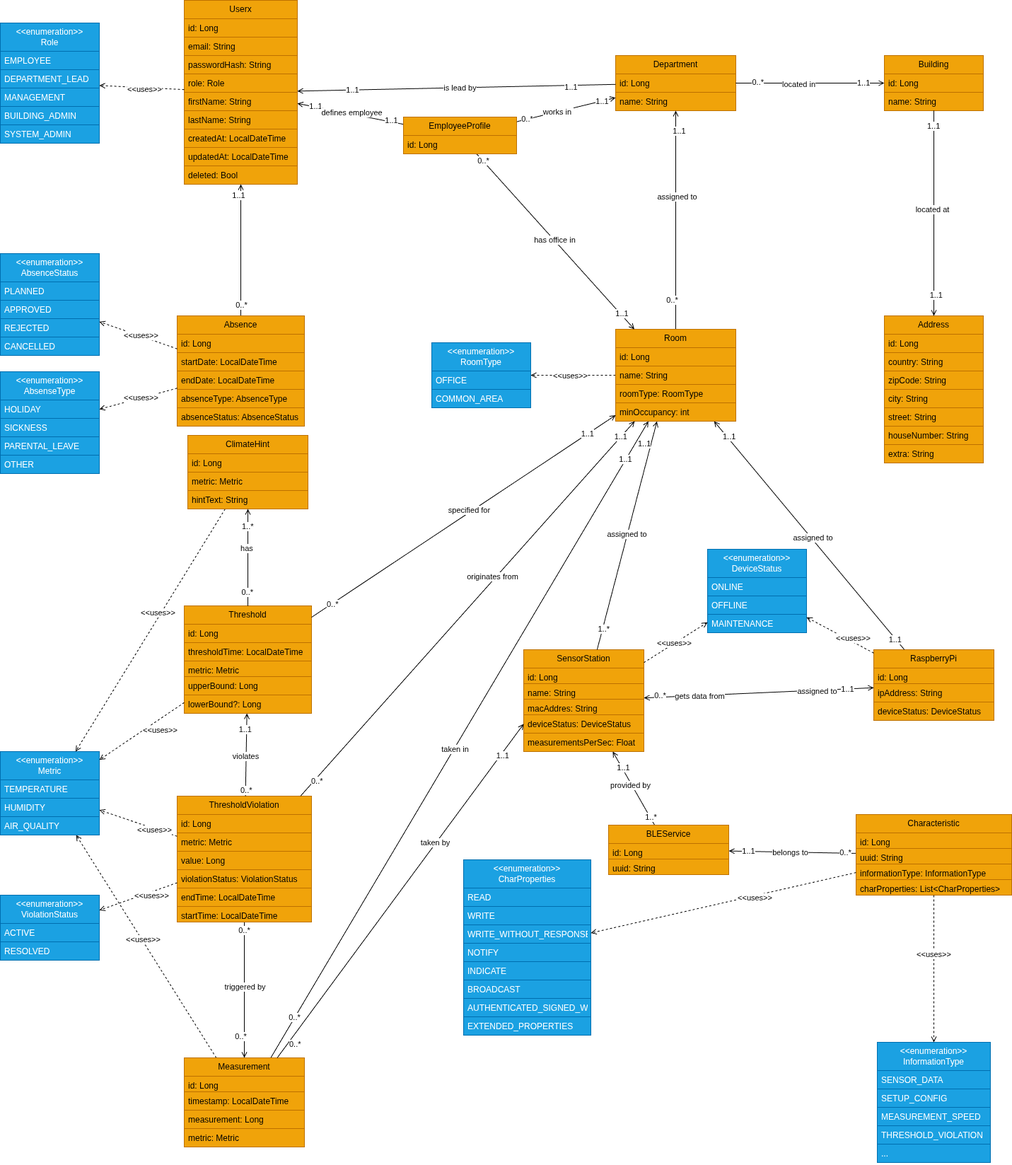
Before: docs/Softwarekonzept_V2/images/climate-canary-webapp-backend.png, a diagram exported from draw.io (adriano-paganini/ClimateCanary). Source tidied: cells renumbered, new cells last; positions are measured from the earlier drawing's top-left corner, leaving out a move shared by most shapes.
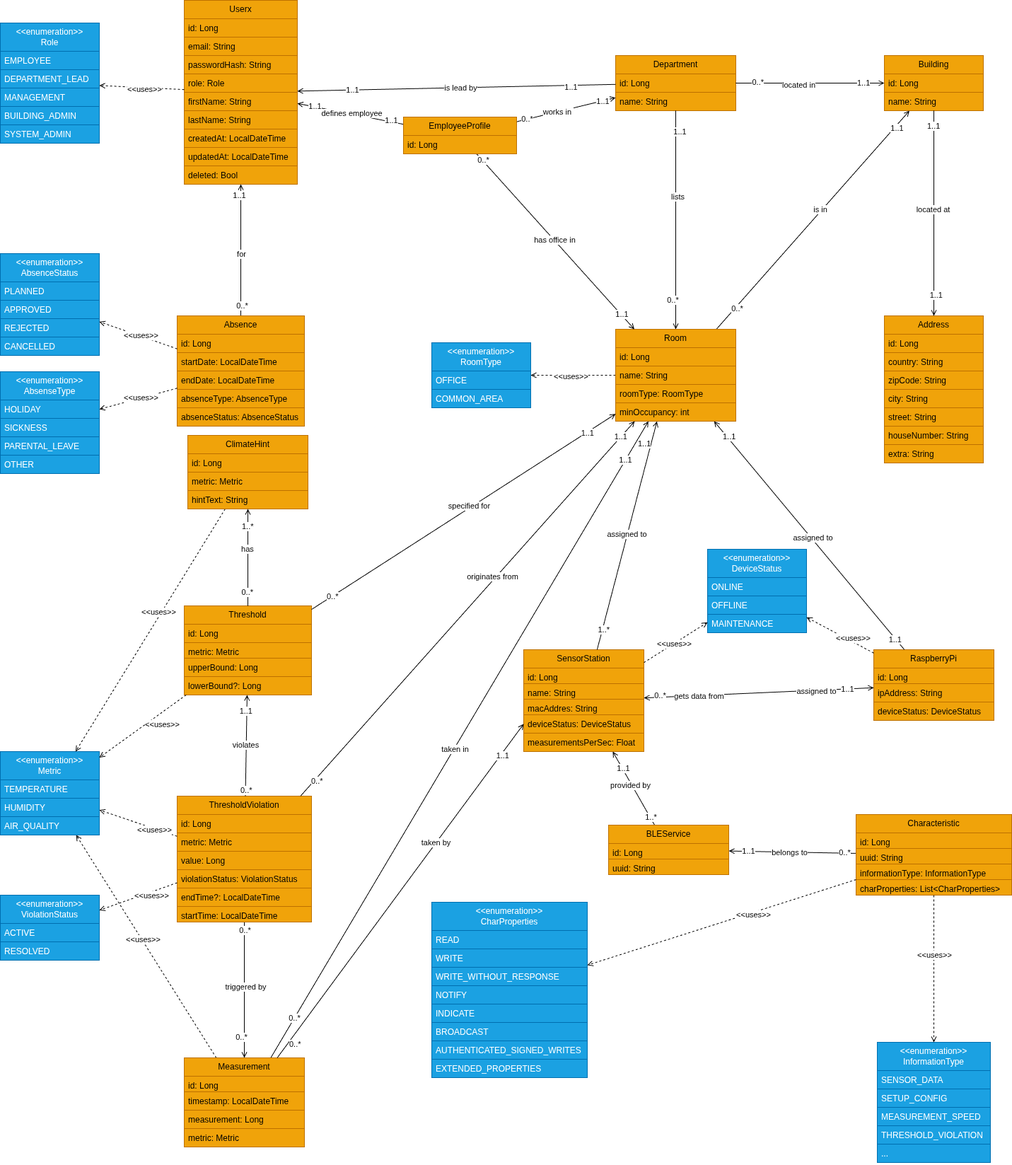
Above is the later version.

The edit, as a diff of the source:
```diff
@@ -74,6 +74,9 @@
     <mxCell id="25" value="0..*" style="edgeLabel;html=1;align=center;verticalAlign=middle;" parent="23" vertex="1">
       <mxGeometry x="-0.84" y="-1" relative="1" as="geometry" />
     </mxCell>
+    <mxCell id="230" value="for" style="edgeLabel;html=1;align=center;verticalAlign=middle;" parent="23" vertex="1">
+      <mxGeometry x="-0.05" relative="1" as="geometry" />
+    </mxCell>
     <mxCell id="26" value="Absence" style="swimlane;fontStyle=0;horizontal=1;startSize=26;fillColor=#f0a30a;whiteSpace=wrap;html=1;fontColor=#000000;strokeColor=#BD7000;" parent="1" vertex="1">
       <mxGeometry x="250" y="446" width="180" height="156" as="geometry" />
     </mxCell>
@@ -166,7 +169,7 @@
     <mxCell id="53" value="located in" style="edgeLabel;html=1;align=center;verticalAlign=middle;" parent="50" vertex="1">
       <mxGeometry x="0.16" y="2" relative="1" as="geometry" />
     </mxCell>
-    <mxCell id="54" style="rounded=0;jettySize=auto;html=1;endArrow=open;endFill=0;startArrow=none;startFill=0;startSize=6;" parent="1" edge="1" source="60" target="47">
+    <mxCell id="54" style="rounded=0;jettySize=auto;html=1;endArrow=none;endFill=0;startArrow=open;startFill=0;" parent="1" edge="1" source="60" target="47">
       <mxGeometry relative="1" as="geometry" />
     </mxCell>
     <mxCell id="55" value="1..1" style="edgeLabel;html=1;align=center;verticalAlign=middle;" parent="54" vertex="1">
@@ -179,7 +182,7 @@
         <mxPoint x="-5" y="43" as="offset" />
       </mxGeometry>
     </mxCell>
-    <mxCell id="57" value="assigned to" style="edgeLabel;html=1;align=center;verticalAlign=middle;" parent="54" vertex="1">
+    <mxCell id="57" value="lists" style="edgeLabel;html=1;align=center;verticalAlign=middle;" parent="54" vertex="1">
       <mxGeometry x="0.3" y="-2" relative="1" as="geometry">
         <mxPoint y="14" as="offset" />
       </mxGeometry>
@@ -190,6 +193,24 @@
     <mxCell id="59" value="&amp;lt;&amp;lt;uses&amp;gt;&amp;gt;" style="edgeLabel;html=1;align=center;verticalAlign=middle;" parent="58" vertex="1">
       <mxGeometry x="0.07" y="1" relative="1" as="geometry" />
     </mxCell>
+    <mxCell id="231" style="rounded=0;jettySize=auto;html=1;endArrow=open;endFill=0;" parent="1" edge="1" source="60" target="32">
+      <mxGeometry relative="1" as="geometry" />
+    </mxCell>
+    <mxCell id="232" value="1..1" style="edgeLabel;html=1;align=center;verticalAlign=middle;" parent="231" vertex="1">
+      <mxGeometry x="0.85" y="-2" relative="1" as="geometry">
+        <mxPoint x="1" as="offset" />
+      </mxGeometry>
+    </mxCell>
+    <mxCell id="233" value="0..*" style="edgeLabel;html=1;align=center;verticalAlign=middle;" parent="231" vertex="1">
+      <mxGeometry x="-0.8" y="-3" relative="1" as="geometry">
+        <mxPoint y="-1" as="offset" />
+      </mxGeometry>
+    </mxCell>
+    <mxCell id="234" value="is in&amp;nbsp;" style="edgeLabel;html=1;align=center;verticalAlign=middle;" parent="231" vertex="1">
+      <mxGeometry x="0.09" y="2" relative="1" as="geometry">
+        <mxPoint x="1" as="offset" />
+      </mxGeometry>
+    </mxCell>
     <mxCell id="60" value="Room" style="swimlane;fontStyle=0;horizontal=1;startSize=26;fillColor=#f0a30a;whiteSpace=wrap;html=1;fontColor=#000000;strokeColor=#BD7000;" parent="1" vertex="1">
       <mxGeometry x="870" y="465" width="170" height="130" as="geometry" />
     </mxCell>
@@ -326,22 +347,19 @@
       <mxGeometry y="100" width="170" height="26" as="geometry" />
     </mxCell>
     <mxCell id="101" value="Threshold" style="swimlane;fontStyle=0;horizontal=1;startSize=26;fillColor=#f0a30a;whiteSpace=wrap;html=1;fontColor=#000000;strokeColor=#BD7000;" parent="1" vertex="1">
-      <mxGeometry x="260" y="856" width="180" height="152" as="geometry" />
+      <mxGeometry x="260" y="856" width="180" height="126" as="geometry" />
     </mxCell>
     <mxCell id="102" value="id: Long" style="text;strokeColor=#BD7000;fillColor=#f0a30a;align=left;verticalAlign=top;spacingLeft=4;spacingRight=4;overflow=hidden;whiteSpace=wrap;html=1;fontColor=#000000;" parent="101" vertex="1">
       <mxGeometry y="26" width="180" height="26" as="geometry" />
     </mxCell>
-    <mxCell id="103" value="thresholdTime: LocalDateTime" style="text;strokeColor=#BD7000;fillColor=#f0a30a;align=left;verticalAlign=top;spacingLeft=4;spacingRight=4;overflow=hidden;whiteSpace=wrap;html=1;fontColor=#000000;" parent="101" vertex="1">
-      <mxGeometry y="52" width="180" height="26" as="geometry" />
-    </mxCell>
     <mxCell id="104" value="&lt;div&gt;&lt;span style=&quot;background-color: transparent; color: light-dark(rgb(0, 0, 0), rgb(255, 255, 255));&quot;&gt;metric: Metric&lt;/span&gt;&lt;/div&gt;" style="text;strokeColor=#BD7000;fillColor=#f0a30a;align=left;verticalAlign=top;spacingLeft=4;spacingRight=4;overflow=hidden;whiteSpace=wrap;html=1;fontColor=#000000;" parent="101" vertex="1">
-      <mxGeometry y="78" width="180" height="22" as="geometry" />
+      <mxGeometry y="52" width="180" height="22" as="geometry" />
     </mxCell>
     <mxCell id="105" value="upperBound: Long" style="text;strokeColor=#BD7000;fillColor=#f0a30a;align=left;verticalAlign=top;spacingLeft=4;spacingRight=4;overflow=hidden;whiteSpace=wrap;html=1;fontColor=#000000;" parent="101" vertex="1">
-      <mxGeometry y="100" width="180" height="26" as="geometry" />
+      <mxGeometry y="74" width="180" height="26" as="geometry" />
     </mxCell>
     <mxCell id="106" value="lowerBound?: Long" style="text;strokeColor=#BD7000;fillColor=#f0a30a;align=left;verticalAlign=top;spacingLeft=4;spacingRight=4;overflow=hidden;whiteSpace=wrap;html=1;fontColor=#000000;" parent="101" vertex="1">
-      <mxGeometry y="126" width="180" height="26" as="geometry" />
+      <mxGeometry y="100" width="180" height="26" as="geometry" />
     </mxCell>
     <mxCell id="107" value="&lt;div&gt;&amp;lt;&amp;lt;enumeration&amp;gt;&amp;gt;&lt;/div&gt;Metric" style="swimlane;fontStyle=0;horizontal=1;startSize=40;fillColor=#1ba1e2;whiteSpace=wrap;html=1;fontColor=#ffffff;strokeColor=#006EAF;" parent="1" vertex="1">
       <mxGeometry y="1062" width="140" height="118" as="geometry" />
@@ -386,7 +404,7 @@
     <mxCell id="119" value="violationStatus: ViolationStatus" style="text;strokeColor=#BD7000;fillColor=#f0a30a;align=left;verticalAlign=top;spacingLeft=4;spacingRight=4;overflow=hidden;whiteSpace=wrap;html=1;fontColor=#000000;" parent="115" vertex="1">
       <mxGeometry y="104" width="190" height="26" as="geometry" />
     </mxCell>
-    <mxCell id="120" value="endTime: LocalDateTime" style="text;strokeColor=#BD7000;fillColor=#f0a30a;align=left;verticalAlign=top;spacingLeft=4;spacingRight=4;overflow=hidden;whiteSpace=wrap;html=1;fontColor=#000000;" parent="115" vertex="1">
+    <mxCell id="120" value="endTime?: LocalDateTime" style="text;strokeColor=#BD7000;fillColor=#f0a30a;align=left;verticalAlign=top;spacingLeft=4;spacingRight=4;overflow=hidden;whiteSpace=wrap;html=1;fontColor=#000000;" parent="115" vertex="1">
       <mxGeometry y="130" width="190" height="26" as="geometry" />
     </mxCell>
     <mxCell id="121" value="startTime: LocalDateTime" style="text;strokeColor=#BD7000;fillColor=#f0a30a;align=left;verticalAlign=top;spacingLeft=4;spacingRight=4;overflow=hidden;whiteSpace=wrap;html=1;fontColor=#000000;" parent="115" vertex="1">
@@ -658,31 +676,31 @@
       <mxGeometry y="92" width="220" height="22" as="geometry" />
     </mxCell>
     <mxCell id="193" value="&lt;div&gt;&amp;lt;&amp;lt;enumeration&amp;gt;&amp;gt;&lt;/div&gt;CharProperties" style="swimlane;fontStyle=0;horizontal=1;startSize=40;fillColor=#1ba1e2;whiteSpace=wrap;html=1;fontColor=#ffffff;strokeColor=#006EAF;" parent="1" vertex="1">
-      <mxGeometry x="655" y="1215" width="180" height="248" as="geometry" />
+      <mxGeometry x="610" y="1275" width="220" height="248" as="geometry" />
     </mxCell>
     <mxCell id="194" value="READ" style="text;strokeColor=#006EAF;fillColor=#1ba1e2;align=left;verticalAlign=top;spacingLeft=4;spacingRight=4;overflow=hidden;whiteSpace=wrap;html=1;fontColor=#ffffff;" parent="193" vertex="1">
-      <mxGeometry y="40" width="180" height="26" as="geometry" />
+      <mxGeometry y="40" width="220" height="26" as="geometry" />
     </mxCell>
     <mxCell id="195" value="WRITE" style="text;strokeColor=#006EAF;fillColor=#1ba1e2;align=left;verticalAlign=top;spacingLeft=4;spacingRight=4;overflow=hidden;whiteSpace=wrap;html=1;fontColor=#ffffff;" parent="193" vertex="1">
-      <mxGeometry y="66" width="180" height="26" as="geometry" />
+      <mxGeometry y="66" width="220" height="26" as="geometry" />
     </mxCell>
     <mxCell id="196" value="WRITE_WITHOUT_RESPONSE&lt;span style=&quot;white-space: pre;&quot;&gt;&#9;&lt;/span&gt;" style="text;strokeColor=#006EAF;fillColor=#1ba1e2;align=left;verticalAlign=top;spacingLeft=4;spacingRight=4;overflow=hidden;whiteSpace=wrap;html=1;fontColor=#ffffff;" parent="193" vertex="1">
-      <mxGeometry y="92" width="180" height="26" as="geometry" />
+      <mxGeometry y="92" width="220" height="26" as="geometry" />
     </mxCell>
     <mxCell id="197" value="NOTIFY" style="text;strokeColor=#006EAF;fillColor=#1ba1e2;align=left;verticalAlign=top;spacingLeft=4;spacingRight=4;overflow=hidden;whiteSpace=wrap;html=1;fontColor=#ffffff;" parent="193" vertex="1">
-      <mxGeometry y="118" width="180" height="26" as="geometry" />
+      <mxGeometry y="118" width="220" height="26" as="geometry" />
     </mxCell>
     <mxCell id="198" value="INDICATE" style="text;strokeColor=#006EAF;fillColor=#1ba1e2;align=left;verticalAlign=top;spacingLeft=4;spacingRight=4;overflow=hidden;whiteSpace=wrap;html=1;fontColor=#ffffff;" parent="193" vertex="1">
-      <mxGeometry y="144" width="180" height="26" as="geometry" />
+      <mxGeometry y="144" width="220" height="26" as="geometry" />
     </mxCell>
     <mxCell id="199" value="BROADCAST" style="text;strokeColor=#006EAF;fillColor=#1ba1e2;align=left;verticalAlign=top;spacingLeft=4;spacingRight=4;overflow=hidden;whiteSpace=wrap;html=1;fontColor=#ffffff;" parent="193" vertex="1">
-      <mxGeometry y="170" width="180" height="26" as="geometry" />
+      <mxGeometry y="170" width="220" height="26" as="geometry" />
     </mxCell>
     <mxCell id="200" value="AUTHENTICATED_SIGNED_WRITES" style="text;strokeColor=#006EAF;fillColor=#1ba1e2;align=left;verticalAlign=top;spacingLeft=4;spacingRight=4;overflow=hidden;whiteSpace=wrap;html=1;fontColor=#ffffff;" parent="193" vertex="1">
-      <mxGeometry y="196" width="180" height="26" as="geometry" />
+      <mxGeometry y="196" width="220" height="26" as="geometry" />
     </mxCell>
     <mxCell id="201" value="EXTENDED_PROPERTIES" style="text;strokeColor=#006EAF;fillColor=#1ba1e2;align=left;verticalAlign=top;spacingLeft=4;spacingRight=4;overflow=hidden;whiteSpace=wrap;html=1;fontColor=#ffffff;" parent="193" vertex="1">
-      <mxGeometry y="222" width="180" height="26" as="geometry" />
+      <mxGeometry y="222" width="220" height="26" as="geometry" />
     </mxCell>
     <mxCell id="202" style="rounded=0;jettySize=auto;html=1;dashed=1;endArrow=open;endFill=0;" parent="1" edge="1" source="188" target="193">
       <mxGeometry relative="1" as="geometry" />
```
